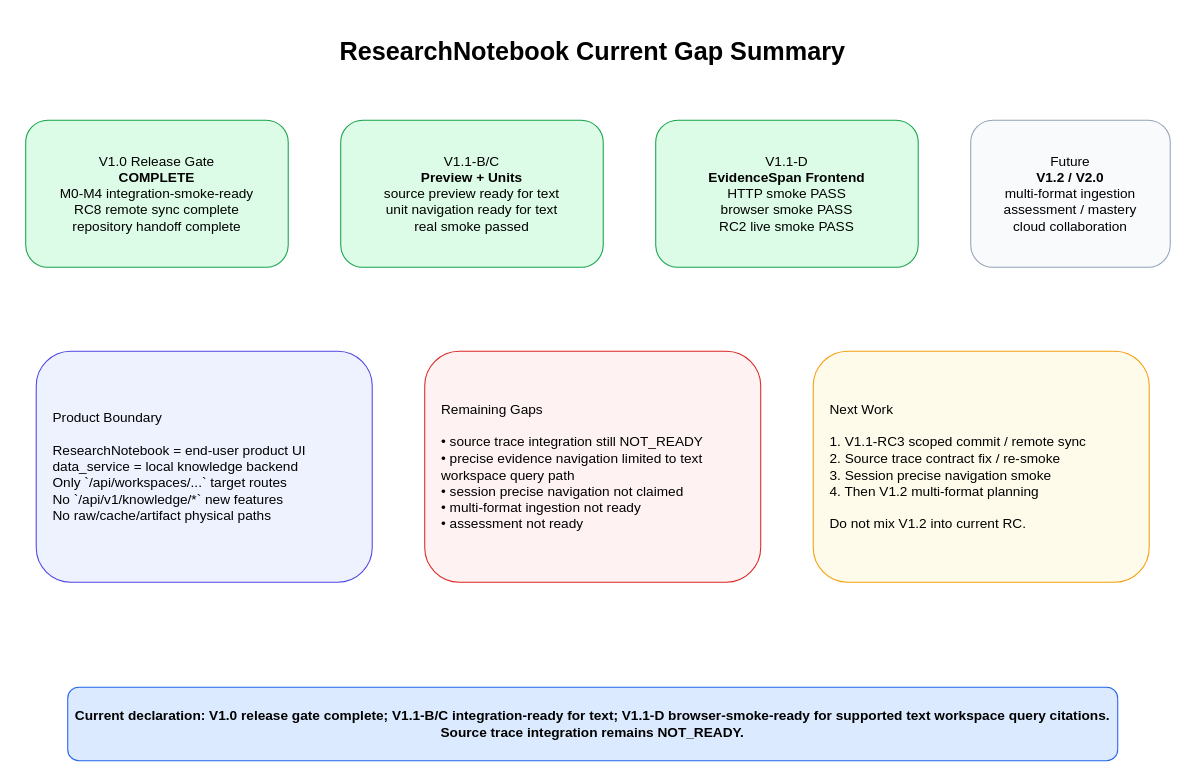
Earlier version of the draw.io diagram research-notebook/docs/design/V1.0/v1_0_current_gap_analysis.drawio (ljx418/meeting-voice-assistant). Source tidied: cells renumbered, new cells numbered last; positions are measured from the earlier drawing's top-left corner, leaving out a move shared by most shapes. Both pictures are drawn from the tidied source at 105%, with x=0, y=0 at pixel (25, 25).
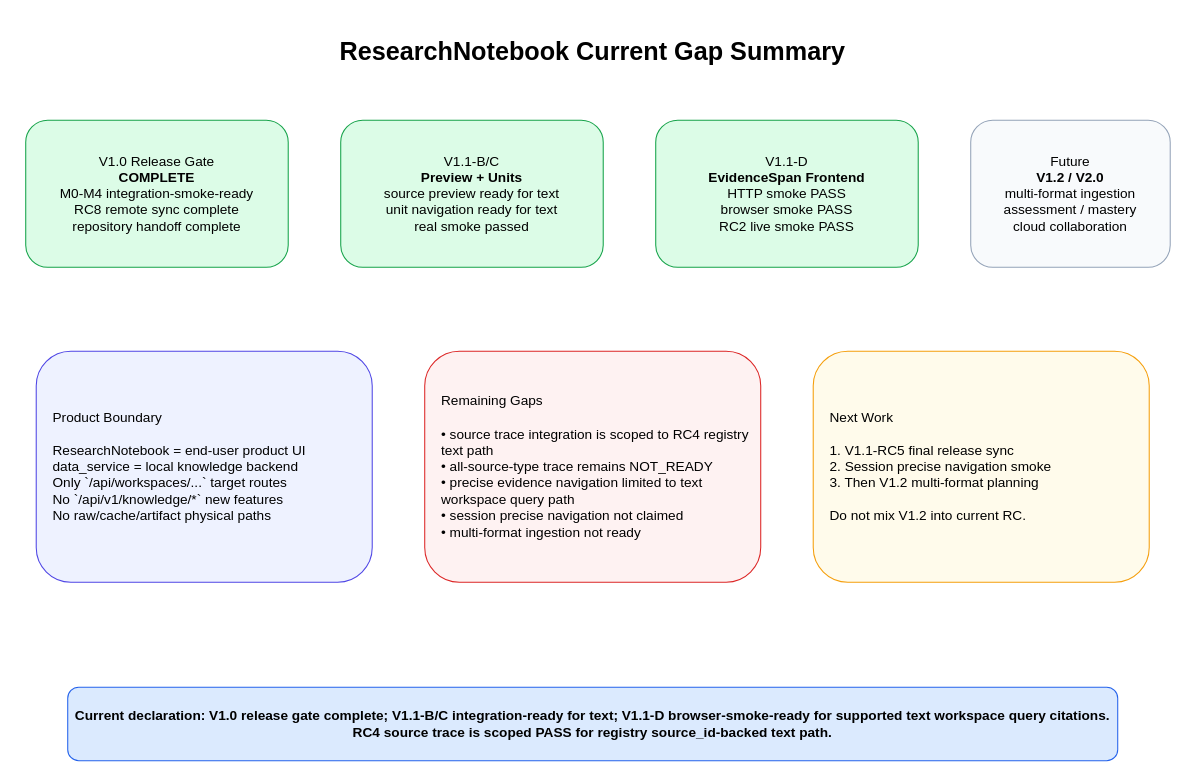
The same page after the edit.

Change to the diagram source:
```diff
@@
 <mxGraphModel>
   <root>
     <mxCell id="0" />
     <mxCell id="1" parent="0" />
     <mxCell id="2" value="ResearchNotebook Current Gap Summary" style="text;html=1;strokeColor=none;fillColor=none;align=center;verticalAlign=middle;whiteSpace=wrap;fontSize=24;fontStyle=1;" parent="1" vertex="1">
       <mxGeometry x="60" width="960" height="50" as="geometry" />
     </mxCell>
     <mxCell id="3" value="V1.0 Release Gate&lt;br&gt;&lt;b&gt;COMPLETE&lt;/b&gt;&lt;br&gt;M0-M4 integration-smoke-ready&lt;br&gt;RC8 remote sync complete&lt;br&gt;repository handoff complete" style="rounded=1;whiteSpace=wrap;html=1;fillColor=#DCFCE7;strokeColor=#16A34A;fontSize=13;align=center;" parent="1" vertex="1">
       <mxGeometry y="90" width="250" height="140" as="geometry" />
     </mxCell>
     <mxCell id="4" value="V1.1-B/C&lt;br&gt;&lt;b&gt;Preview + Units&lt;/b&gt;&lt;br&gt;source preview ready for text&lt;br&gt;unit navigation ready for text&lt;br&gt;real smoke passed" style="rounded=1;whiteSpace=wrap;html=1;fillColor=#DCFCE7;strokeColor=#16A34A;fontSize=13;align=center;" parent="1" vertex="1">
       <mxGeometry x="300" y="90" width="250" height="140" as="geometry" />
     </mxCell>
     <mxCell id="5" value="V1.1-D&lt;br&gt;&lt;b&gt;EvidenceSpan Frontend&lt;/b&gt;&lt;br&gt;HTTP smoke PASS&lt;br&gt;browser smoke PASS&lt;br&gt;RC2 live smoke PASS" style="rounded=1;whiteSpace=wrap;html=1;fillColor=#DCFCE7;strokeColor=#16A34A;fontSize=13;align=center;" parent="1" vertex="1">
       <mxGeometry x="600" y="90" width="250" height="140" as="geometry" />
     </mxCell>
     <mxCell id="6" value="Future&lt;br&gt;&lt;b&gt;V1.2 / V2.0&lt;/b&gt;&lt;br&gt;multi-format ingestion&lt;br&gt;assessment / mastery&lt;br&gt;cloud collaboration" style="rounded=1;whiteSpace=wrap;html=1;fillColor=#F8FAFC;strokeColor=#94A3B8;fontSize=13;align=center;" parent="1" vertex="1">
       <mxGeometry x="900" y="90" width="190" height="140" as="geometry" />
     </mxCell>
     <mxCell id="7" value="Product Boundary&lt;br&gt;&lt;br&gt;ResearchNotebook = end-user product UI&lt;br&gt;data_service = local knowledge backend&lt;br&gt;Only `/api/workspaces/...` target routes&lt;br&gt;No `/api/v1/knowledge/*` new features&lt;br&gt;No raw/cache/artifact physical paths" style="rounded=1;whiteSpace=wrap;html=1;fillColor=#EEF2FF;strokeColor=#4F46E5;fontSize=13;align=left;spacingLeft=14;" parent="1" vertex="1">
       <mxGeometry x="10" y="310" width="320" height="220" as="geometry" />
     </mxCell>
-    <mxCell id="8" value="Remaining Gaps&lt;br&gt;&lt;br&gt;• source trace integration still NOT_READY&lt;br&gt;• precise evidence navigation limited to text workspace query path&lt;br&gt;• session precise navigation not claimed&lt;br&gt;• multi-format ingestion not ready&lt;br&gt;• assessment not ready" style="rounded=1;whiteSpace=wrap;html=1;fillColor=#FEF2F2;strokeColor=#DC2626;fontSize=13;align=left;spacingLeft=14;" parent="1" vertex="1">
+    <mxCell id="8" value="Remaining Gaps&lt;br&gt;&lt;br&gt;• source trace integration is scoped to RC4 registry text path&lt;br&gt;• all-source-type trace remains NOT_READY&lt;br&gt;• precise evidence navigation limited to text workspace query path&lt;br&gt;• session precise navigation not claimed&lt;br&gt;• multi-format ingestion not ready" style="rounded=1;whiteSpace=wrap;html=1;fillColor=#FEF2F2;strokeColor=#DC2626;fontSize=13;align=left;spacingLeft=14;" parent="1" vertex="1">
       <mxGeometry x="380" y="310" width="320" height="220" as="geometry" />
     </mxCell>
-    <mxCell id="9" value="Next Work&lt;br&gt;&lt;br&gt;1. V1.1-RC3 scoped commit / remote sync&lt;br&gt;2. Source trace contract fix / re-smoke&lt;br&gt;3. Session precise navigation smoke&lt;br&gt;4. Then V1.2 multi-format planning&lt;br&gt;&lt;br&gt;Do not mix V1.2 into current RC." style="rounded=1;whiteSpace=wrap;html=1;fillColor=#FFFBEB;strokeColor=#F59E0B;fontSize=13;align=left;spacingLeft=14;" parent="1" vertex="1">
+    <mxCell id="9" value="Next Work&lt;br&gt;&lt;br&gt;1. V1.1-RC5 final release sync&lt;br&gt;2. Session precise navigation smoke&lt;br&gt;3. Then V1.2 multi-format planning&lt;br&gt;&lt;br&gt;Do not mix V1.2 into current RC." style="rounded=1;whiteSpace=wrap;html=1;fillColor=#FFFBEB;strokeColor=#F59E0B;fontSize=13;align=left;spacingLeft=14;" parent="1" vertex="1">
       <mxGeometry x="750" y="310" width="320" height="220" as="geometry" />
     </mxCell>
-    <mxCell id="10" value="Current declaration: V1.0 release gate complete; V1.1-B/C integration-ready for text; V1.1-D browser-smoke-ready for supported text workspace query citations. Source trace integration remains NOT_READY." style="rounded=1;whiteSpace=wrap;html=1;fillColor=#DBEAFE;strokeColor=#2563EB;fontSize=13;fontStyle=1;align=center;" parent="1" vertex="1">
+    <mxCell id="10" value="Current declaration: V1.0 release gate complete; V1.1-B/C integration-ready for text; V1.1-D browser-smoke-ready for supported text workspace query citations. RC4 source trace is scoped PASS for registry source_id-backed text path." style="rounded=1;whiteSpace=wrap;html=1;fillColor=#DBEAFE;strokeColor=#2563EB;fontSize=13;fontStyle=1;align=center;" parent="1" vertex="1">
       <mxGeometry x="40" y="630" width="1000" height="70" as="geometry" />
     </mxCell>
     <mxCell id="11" style="edgeStyle=orthogonalEdgeStyle;rounded=0;html=1;strokeColor=#475569;endArrow=block;endFill=1;" parent="1" edge="1" source="3" target="4" />
     <mxCell id="12" style="edgeStyle=orthogonalEdgeStyle;rounded=0;html=1;strokeColor=#475569;endArrow=block;endFill=1;" parent="1" edge="1" source="4" target="5" />
     <mxCell id="13" style="edgeStyle=orthogonalEdgeStyle;rounded=0;html=1;strokeColor=#475569;endArrow=block;endFill=1;" parent="1" edge="1" source="5" target="6" />
   </root>
 </mxGraphModel>
```
